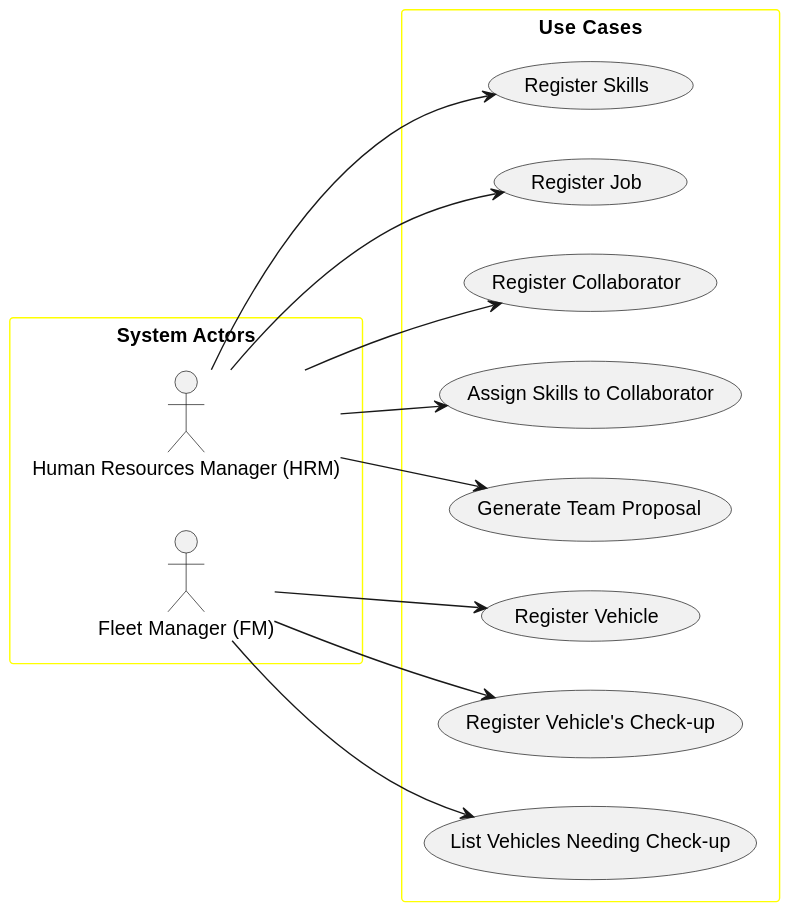
Earlier version of the PlantUML export docs/sprintA/global-artifacts/01.requirements-engineering/svg/use-case-diagram.svg (Departamento-de-Engenharia-Informatica/greenspace-management). The source it was exported from:
```plantuml
@startuml
skinparam packageStyle rectangle

skinparam rectangle{
    BorderColor yellow
}

left to right direction

rectangle "System Actors" as actors {
    actor HRM as "Human Resources Manager (HRM)"
    actor FM as "Fleet Manager (FM)"

}

rectangle "Use Cases" as usecases{
    usecase US01 as "Register Skills"
    usecase US02 as "Register Job"
    usecase US03 as "Register Collaborator"
    usecase US04 as "Assign Skills to Collaborator"
    usecase US05 as "Generate Team Proposal"
    usecase US06 as "Register Vehicle"
    usecase US07 as "Register Vehicle's Check-up"
    usecase US08 as "List Vehicles Needing Check-up"
}

HRM --> US01
HRM --> US02
HRM --> US03
HRM --> US04
HRM --> US05

FM --> US06
FM --> US07
FM --> US08
@enduml
```
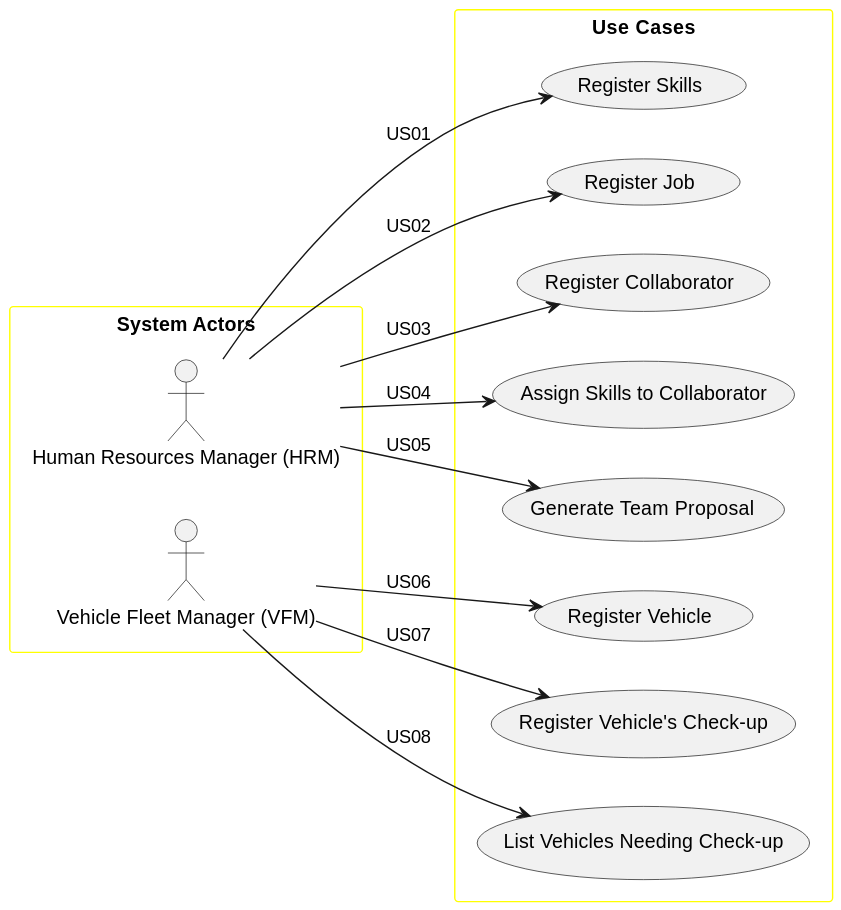
The same diagram one commit later.

Commit message:
UC Diagram corrigido

Change to the diagram source:
```diff
@@ -9,7 +9,7 @@
 
 rectangle "System Actors" as actors {
     actor HRM as "Human Resources Manager (HRM)"
-    actor FM as "Fleet Manager (FM)"
+    actor VFM as "Vehicle Fleet Manager (VFM)"
 
 }
 
@@ -24,13 +24,14 @@
     usecase US08 as "List Vehicles Needing Check-up"
 }
 
-HRM --> US01
-HRM --> US02
-HRM --> US03
-HRM --> US04
-HRM --> US05
 
-FM --> US06
-FM --> US07
-FM --> US08
+HRM --> US01 : US01
+HRM --> US02 : US02
+HRM --> US03 : US03
+HRM --> US04 : US04
+HRM --> US05 : US05
+
+VFM --> US06 : US06
+VFM --> US07 : US07
+VFM --> US08 : US08
 @enduml
```
